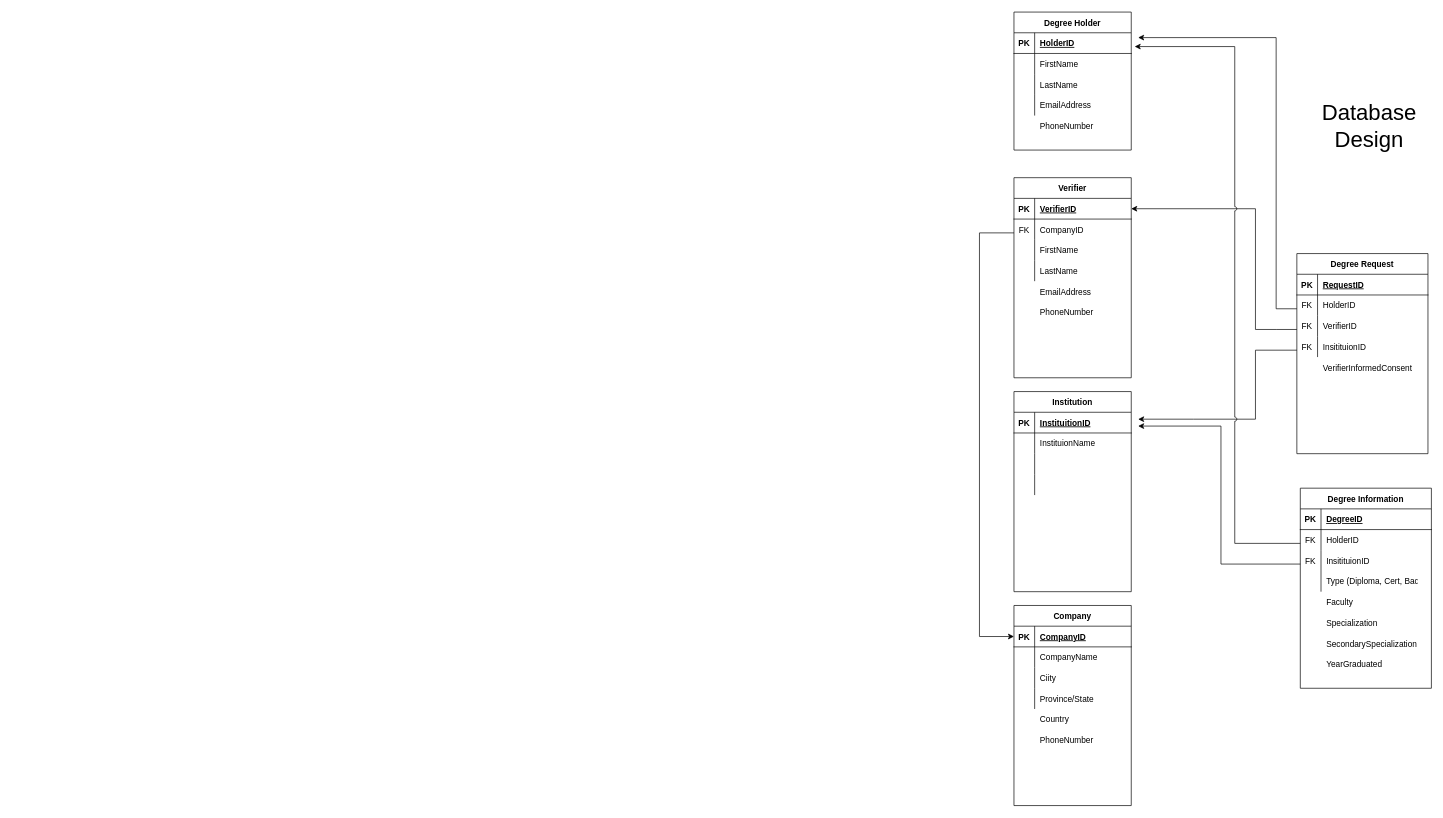
Earlier version of the draw.io diagram DataBaseStructure.drawio (tkalp/AuthenticatorApp). Source tidied: cells renumbered, new cells numbered last; positions are measured from the earlier drawing's top-left corner, leaving out a move shared by most shapes. Both pictures are drawn from the tidied source at 69%, with x=0, y=0 at pixel (979, 12).
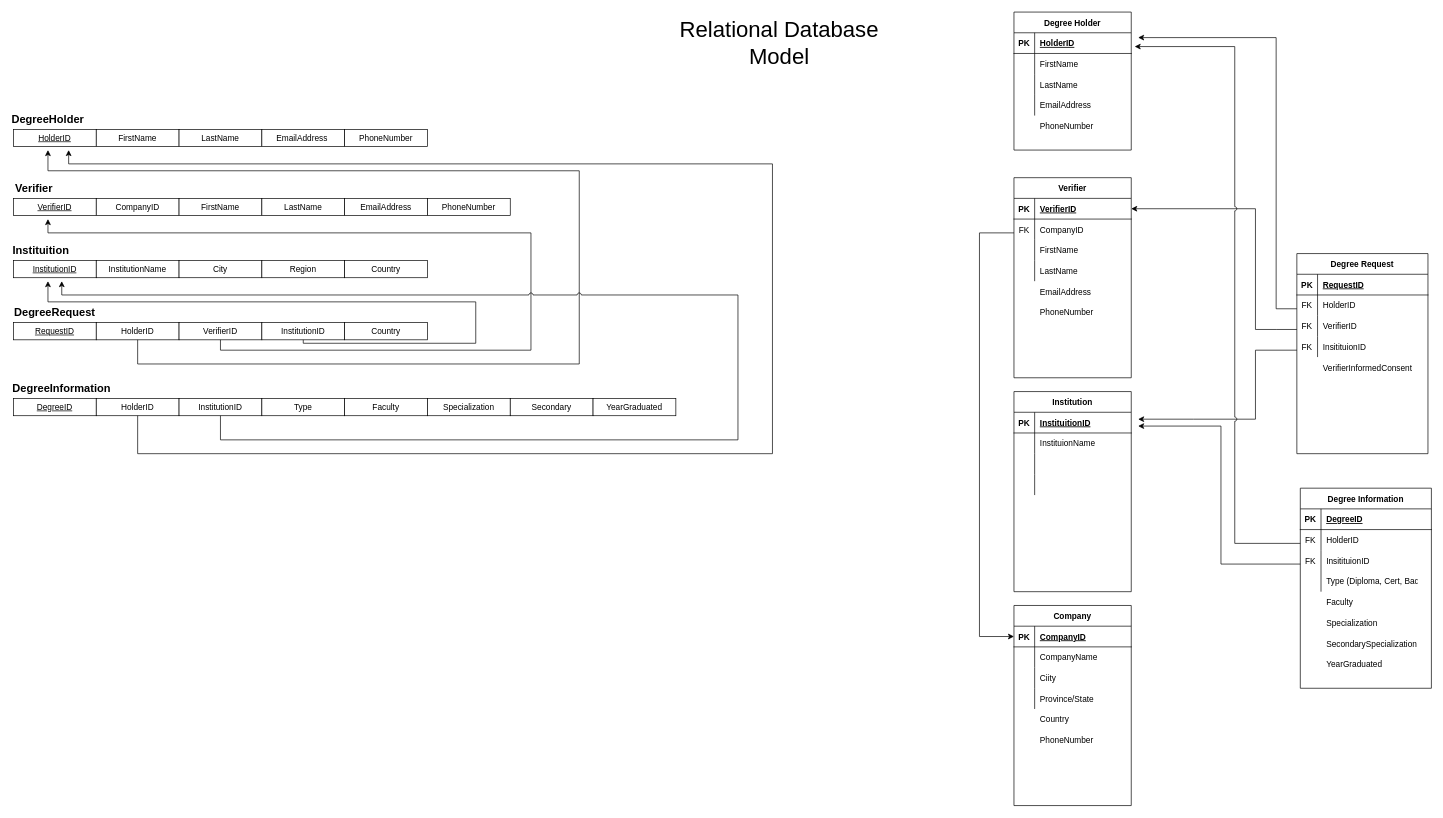
The same page after the edit.

The edit, as a diff of the source:
```diff
@@
-    <mxCell id="108" value="&lt;font style=&quot;font-size: 32px&quot;&gt;Database Design&lt;/font&gt;" style="text;html=1;strokeColor=none;fillColor=none;align=center;verticalAlign=middle;whiteSpace=wrap;rounded=0;" parent="1" vertex="1">
-      <mxGeometry x="535" y="150" width="60" height="30" as="geometry" />
+    <mxCell id="108" value="&lt;font style=&quot;font-size: 32px&quot;&gt;Relational Database Model&lt;/font&gt;" style="text;html=1;strokeColor=none;fillColor=none;align=center;verticalAlign=middle;whiteSpace=wrap;rounded=0;" parent="1" vertex="1">
+      <mxGeometry x="-440" y="30" width="300" height="30" as="geometry" />
     </mxCell>
@@
+    <mxCell id="114" value="&lt;u&gt;HolderID&lt;/u&gt;" style="rounded=0;whiteSpace=wrap;html=1;fontSize=12;" parent="1" vertex="1">
+      <mxGeometry x="-1400" y="170" width="120" height="25" as="geometry" />
+    </mxCell>
+    <mxCell id="115" value="FirstName" style="rounded=0;whiteSpace=wrap;html=1;fontSize=12;" parent="1" vertex="1">
+      <mxGeometry x="-1280" y="170" width="120" height="25" as="geometry" />
+    </mxCell>
+    <mxCell id="116" value="LastName" style="rounded=0;whiteSpace=wrap;html=1;fontSize=12;" parent="1" vertex="1">
+      <mxGeometry x="-1160" y="170" width="120" height="25" as="geometry" />
+    </mxCell>
+    <mxCell id="117" value="EmailAddress&lt;span style=&quot;white-space: pre&quot;&gt; &lt;/span&gt;" style="rounded=0;whiteSpace=wrap;html=1;fontSize=12;" parent="1" vertex="1">
+      <mxGeometry x="-1040" y="170" width="120" height="25" as="geometry" />
+    </mxCell>
+    <mxCell id="118" value="PhoneNumber" style="rounded=0;whiteSpace=wrap;html=1;fontSize=12;" parent="1" vertex="1">
+      <mxGeometry x="-920" y="170" width="120" height="25" as="geometry" />
+    </mxCell>
+    <mxCell id="119" value="&lt;b&gt;DegreeHolder&lt;/b&gt;" style="text;html=1;strokeColor=none;fillColor=none;align=center;verticalAlign=middle;whiteSpace=wrap;rounded=0;fontSize=16;" parent="1" vertex="1">
+      <mxGeometry x="-1380" y="140" width="60" height="30" as="geometry" />
+    </mxCell>
+    <mxCell id="120" value="&lt;u&gt;VerifierID&lt;/u&gt;" style="rounded=0;whiteSpace=wrap;html=1;fontSize=12;" parent="1" vertex="1">
+      <mxGeometry x="-1400" y="270" width="120" height="25" as="geometry" />
+    </mxCell>
+    <mxCell id="121" value="CompanyID" style="rounded=0;whiteSpace=wrap;html=1;fontSize=12;" parent="1" vertex="1">
+      <mxGeometry x="-1280" y="270" width="120" height="25" as="geometry" />
+    </mxCell>
+    <mxCell id="122" value="FirstName" style="rounded=0;whiteSpace=wrap;html=1;fontSize=12;" parent="1" vertex="1">
+      <mxGeometry x="-1160" y="270" width="120" height="25" as="geometry" />
+    </mxCell>
+    <mxCell id="123" value="LastName" style="rounded=0;whiteSpace=wrap;html=1;fontSize=12;" parent="1" vertex="1">
+      <mxGeometry x="-1040" y="270" width="120" height="25" as="geometry" />
+    </mxCell>
+    <mxCell id="124" value="EmailAddress" style="rounded=0;whiteSpace=wrap;html=1;fontSize=12;" parent="1" vertex="1">
+      <mxGeometry x="-920" y="270" width="120" height="25" as="geometry" />
+    </mxCell>
+    <mxCell id="125" value="&lt;b&gt;Verifier&lt;/b&gt;" style="text;html=1;strokeColor=none;fillColor=none;align=center;verticalAlign=middle;whiteSpace=wrap;rounded=0;fontSize=16;" parent="1" vertex="1">
+      <mxGeometry x="-1400" y="240" width="60" height="30" as="geometry" />
+    </mxCell>
+    <mxCell id="126" value="PhoneNumber" style="rounded=0;whiteSpace=wrap;html=1;fontSize=12;" parent="1" vertex="1">
+      <mxGeometry x="-800" y="270" width="120" height="25" as="geometry" />
+    </mxCell>
+    <mxCell id="127" value="&lt;u&gt;InstitutionID&lt;/u&gt;" style="rounded=0;whiteSpace=wrap;html=1;fontSize=12;" parent="1" vertex="1">
+      <mxGeometry x="-1400" y="360" width="120" height="25" as="geometry" />
+    </mxCell>
+    <mxCell id="128" value="InstitutionName" style="rounded=0;whiteSpace=wrap;html=1;fontSize=12;" parent="1" vertex="1">
+      <mxGeometry x="-1280" y="360" width="120" height="25" as="geometry" />
+    </mxCell>
+    <mxCell id="129" value="City" style="rounded=0;whiteSpace=wrap;html=1;fontSize=12;" parent="1" vertex="1">
+      <mxGeometry x="-1160" y="360" width="120" height="25" as="geometry" />
+    </mxCell>
+    <mxCell id="130" value="Region" style="rounded=0;whiteSpace=wrap;html=1;fontSize=12;" parent="1" vertex="1">
+      <mxGeometry x="-1040" y="360" width="120" height="25" as="geometry" />
+    </mxCell>
+    <mxCell id="131" value="Country" style="rounded=0;whiteSpace=wrap;html=1;fontSize=12;" parent="1" vertex="1">
+      <mxGeometry x="-920" y="360" width="120" height="25" as="geometry" />
+    </mxCell>
+    <mxCell id="132" value="&lt;b&gt;Instituition&lt;/b&gt;" style="text;html=1;strokeColor=none;fillColor=none;align=center;verticalAlign=middle;whiteSpace=wrap;rounded=0;fontSize=16;" parent="1" vertex="1">
+      <mxGeometry x="-1390" y="330" width="60" height="30" as="geometry" />
+    </mxCell>
+    <mxCell id="133" value="&lt;u style=&quot;font-weight: normal&quot;&gt;RequestID&lt;/u&gt;" style="rounded=0;whiteSpace=wrap;html=1;fontSize=12;fontStyle=1;" parent="1" vertex="1">
+      <mxGeometry x="-1400" y="450" width="120" height="25" as="geometry" />
+    </mxCell>
+    <mxCell id="134" value="&lt;span style=&quot;font-weight: normal&quot;&gt;HolderID&lt;/span&gt;" style="rounded=0;whiteSpace=wrap;html=1;fontSize=12;fontStyle=1;" parent="1" vertex="1">
+      <mxGeometry x="-1280" y="450" width="120" height="25" as="geometry" />
+    </mxCell>
+    <mxCell id="135" value="&lt;span style=&quot;font-weight: normal&quot;&gt;VerifierID&lt;/span&gt;" style="rounded=0;whiteSpace=wrap;html=1;fontSize=12;fontStyle=1;" parent="1" vertex="1">
+      <mxGeometry x="-1160" y="450" width="120" height="25" as="geometry" />
+    </mxCell>
+    <mxCell id="136" value="&lt;span style=&quot;font-weight: normal&quot;&gt;InstitutionID&lt;/span&gt;" style="rounded=0;whiteSpace=wrap;html=1;fontSize=12;fontStyle=1;" parent="1" vertex="1">
+      <mxGeometry x="-1040" y="450" width="120" height="25" as="geometry" />
+    </mxCell>
+    <mxCell id="137" value="&lt;span style=&quot;font-weight: normal&quot;&gt;Country&lt;/span&gt;" style="rounded=0;whiteSpace=wrap;html=1;fontSize=12;fontStyle=1;" parent="1" vertex="1">
+      <mxGeometry x="-920" y="450" width="120" height="25" as="geometry" />
+    </mxCell>
+    <mxCell id="138" value="&lt;span&gt;DegreeRequest&lt;/span&gt;" style="text;html=1;strokeColor=none;fillColor=none;align=center;verticalAlign=middle;whiteSpace=wrap;rounded=0;fontSize=16;fontStyle=1;" parent="1" vertex="1">
+      <mxGeometry x="-1370" y="420" width="60" height="30" as="geometry" />
+    </mxCell>
+    <mxCell id="139" style="endArrow=classic;html=1;rounded=0;fontSize=12;jumpStyle=arc;exitX=0.5;exitY=1;exitDx=0;exitDy=0;" parent="1" edge="1" source="134">
+      <mxGeometry relative="1" as="geometry">
+        <mxPoint x="-1350" y="200" as="targetPoint" />
+        <Array as="points">
+          <mxPoint x="-1220" y="510" />
+          <mxPoint x="-580" y="510" />
+          <mxPoint x="-580" y="230" />
+          <mxPoint x="-1350" y="230" />
+        </Array>
+      </mxGeometry>
+    </mxCell>
+    <mxCell id="140" style="endArrow=classic;html=1;rounded=0;fontSize=12;jumpStyle=arc;exitX=0.5;exitY=1;exitDx=0;exitDy=0;" parent="1" edge="1" source="135">
+      <mxGeometry relative="1" as="geometry">
+        <mxPoint x="-1350" y="300" as="targetPoint" />
+        <Array as="points">
+          <mxPoint x="-1100" y="490" />
+          <mxPoint x="-650" y="490" />
+          <mxPoint x="-650" y="320" />
+          <mxPoint x="-1350" y="320" />
+        </Array>
+      </mxGeometry>
+    </mxCell>
+    <mxCell id="141" style="endArrow=classic;html=1;rounded=0;fontSize=12;jumpStyle=arc;exitX=0.5;exitY=1;exitDx=0;exitDy=0;" parent="1" edge="1" source="136">
+      <mxGeometry relative="1" as="geometry">
+        <mxPoint x="-1350" y="390" as="targetPoint" />
+        <Array as="points">
+          <mxPoint x="-980" y="480" />
+          <mxPoint x="-730" y="480" />
+          <mxPoint x="-730" y="420" />
+          <mxPoint x="-1350" y="420" />
+        </Array>
+      </mxGeometry>
+    </mxCell>
+    <mxCell id="142" value="&lt;u&gt;DegreeID&lt;/u&gt;" style="rounded=0;whiteSpace=wrap;html=1;fontSize=12;" parent="1" vertex="1">
+      <mxGeometry x="-1400" y="560" width="120" height="25" as="geometry" />
+    </mxCell>
+    <mxCell id="143" value="HolderID" style="rounded=0;whiteSpace=wrap;html=1;fontSize=12;" parent="1" vertex="1">
+      <mxGeometry x="-1280" y="560" width="120" height="25" as="geometry" />
+    </mxCell>
+    <mxCell id="144" value="InstitutionID" style="rounded=0;whiteSpace=wrap;html=1;fontSize=12;" parent="1" vertex="1">
+      <mxGeometry x="-1160" y="560" width="120" height="25" as="geometry" />
+    </mxCell>
+    <mxCell id="145" value="Type" style="rounded=0;whiteSpace=wrap;html=1;fontSize=12;" parent="1" vertex="1">
+      <mxGeometry x="-1040" y="560" width="120" height="25" as="geometry" />
+    </mxCell>
+    <mxCell id="146" value="Faculty" style="rounded=0;whiteSpace=wrap;html=1;fontSize=12;" parent="1" vertex="1">
+      <mxGeometry x="-920" y="560" width="120" height="25" as="geometry" />
+    </mxCell>
+    <mxCell id="147" value="&lt;b&gt;DegreeInformation&lt;/b&gt;" style="text;html=1;strokeColor=none;fillColor=none;align=center;verticalAlign=middle;whiteSpace=wrap;rounded=0;fontSize=16;" parent="1" vertex="1">
+      <mxGeometry x="-1360" y="530" width="60" height="30" as="geometry" />
+    </mxCell>
+    <mxCell id="148" value="Specialization" style="rounded=0;whiteSpace=wrap;html=1;fontSize=12;" parent="1" vertex="1">
+      <mxGeometry x="-800" y="560" width="120" height="25" as="geometry" />
+    </mxCell>
+    <mxCell id="149" value="Secondary" style="rounded=0;whiteSpace=wrap;html=1;fontSize=12;" parent="1" vertex="1">
+      <mxGeometry x="-680" y="560" width="120" height="25" as="geometry" />
+    </mxCell>
+    <mxCell id="150" value="YearGraduated" style="rounded=0;whiteSpace=wrap;html=1;fontSize=12;" parent="1" vertex="1">
+      <mxGeometry x="-560" y="560" width="120" height="25" as="geometry" />
+    </mxCell>
+    <mxCell id="151" style="endArrow=classic;html=1;rounded=0;fontSize=12;jumpStyle=arc;exitX=0.5;exitY=1;exitDx=0;exitDy=0;" parent="1" edge="1" source="143">
+      <mxGeometry relative="1" as="geometry">
+        <mxPoint x="-1320" y="200" as="targetPoint" />
+        <Array as="points">
+          <mxPoint x="-1220" y="640" />
+          <mxPoint x="-300" y="640" />
+          <mxPoint x="-300" y="220" />
+          <mxPoint x="-1320" y="220" />
+        </Array>
+      </mxGeometry>
+    </mxCell>
+    <mxCell id="152" style="endArrow=classic;html=1;rounded=0;fontSize=12;jumpStyle=arc;exitX=0.5;exitY=1;exitDx=0;exitDy=0;" parent="1" edge="1" source="144">
+      <mxGeometry relative="1" as="geometry">
+        <mxPoint x="-1330" y="390" as="targetPoint" />
+        <Array as="points">
+          <mxPoint x="-1100" y="620" />
+          <mxPoint x="-350" y="620" />
+          <mxPoint x="-350" y="410" />
+          <mxPoint x="-1330" y="410" />
+        </Array>
+      </mxGeometry>
+    </mxCell>
```
